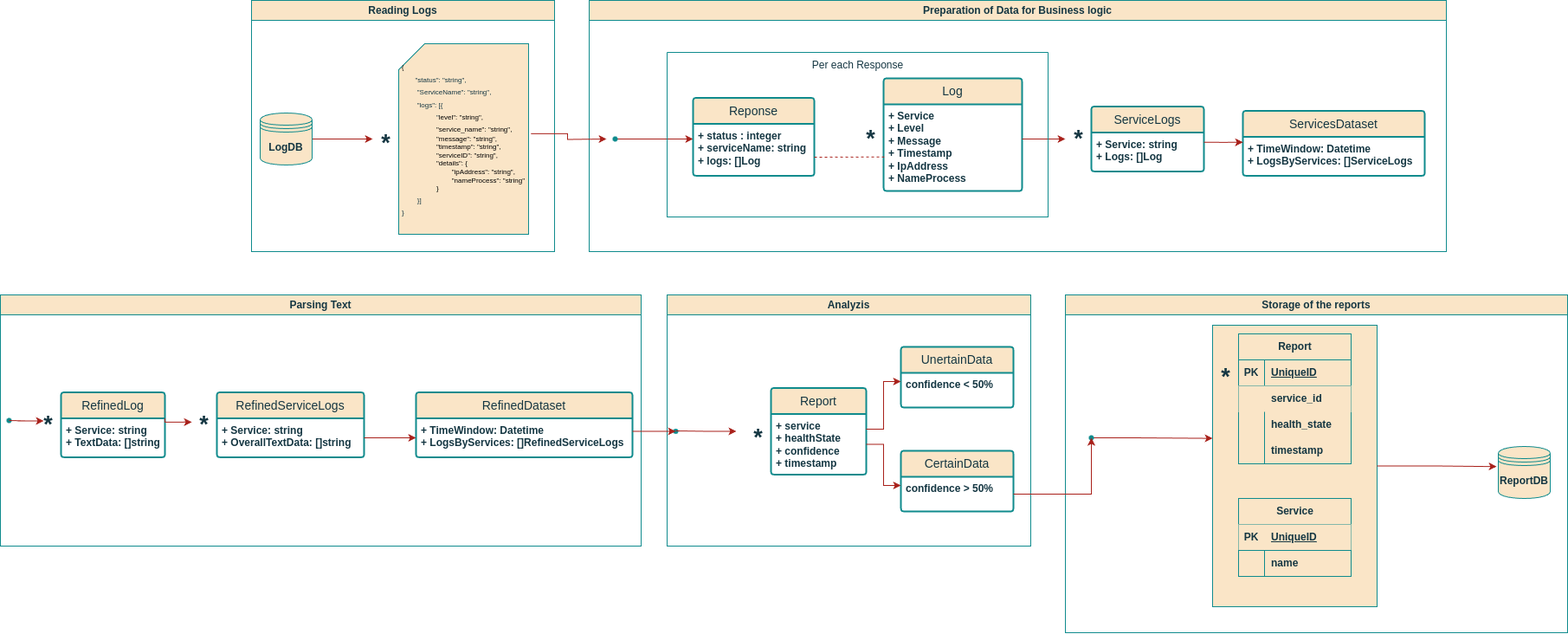
Above: services/logging_agent/arch_diagrams/logical_view.png in John321Blacksmith/knowledge_base (draw.io), before the change. Source tidied: cells renumbered, new cells last; positions are measured from the earlier drawing's top-left corner, leaving out a move shared by most shapes.
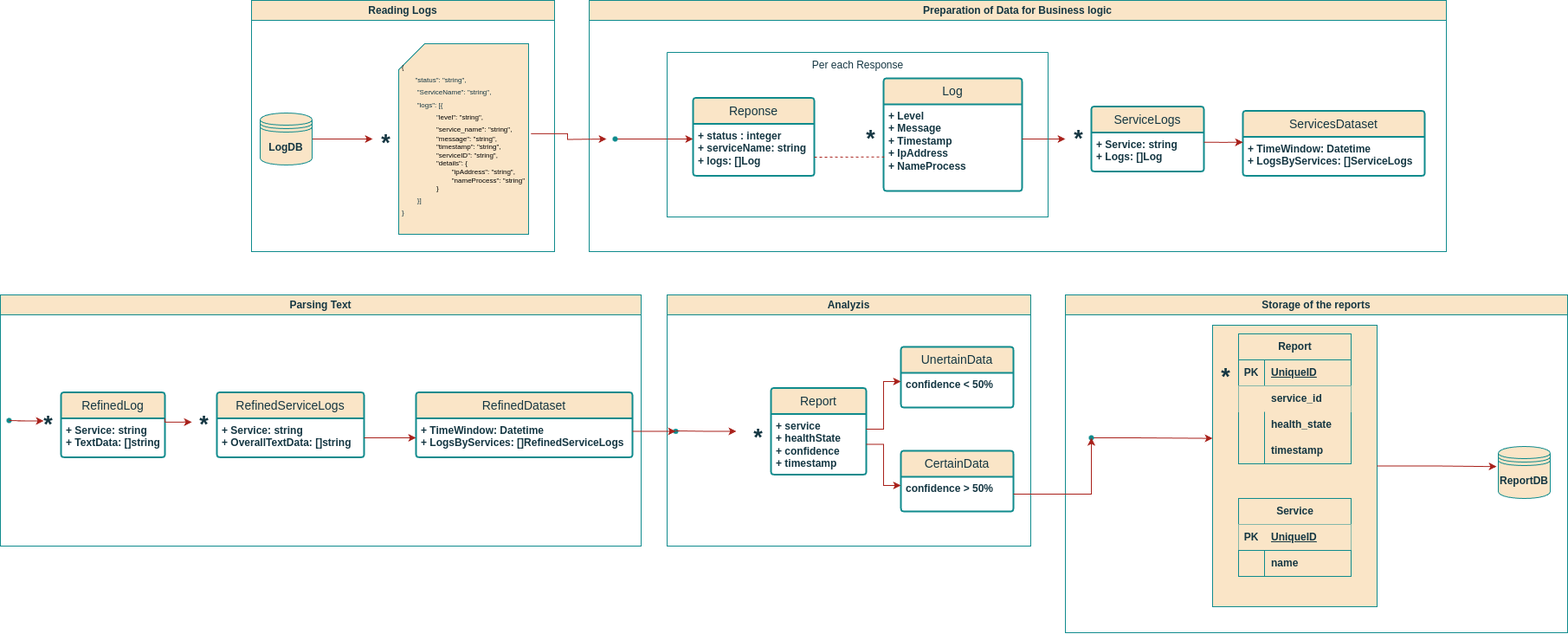
The same file after the commit.

Commit message:
feat: deleted service name from Log

The edit, as a diff of the source:
```diff
@@ -58,7 +58,7 @@
     <mxCell id="17" value="Log" style="swimlane;horizontal=1;startSize=30;rounded=1;fontSize=14;fontStyle=0;strokeWidth=2;shadow=0;dashed=0;align=center;arcSize=4;whiteSpace=wrap;html=1;strokeColor=#0F8B8D;verticalAlign=middle;fontFamily=Helvetica;fontColor=#143642;fillColor=#FAE5C7;labelBackgroundColor=none;" parent="8" vertex="1">
       <mxGeometry x="340" y="90" width="160" height="130" as="geometry" />
     </mxCell>
-    <mxCell id="18" value="&lt;div&gt;+ Service&lt;/div&gt;+ Level&lt;br&gt;+ Message&lt;br&gt;+ Timestamp&lt;div&gt;+ IpAddress&lt;/div&gt;&lt;div&gt;+ NameProcess&lt;/div&gt;" style="align=left;strokeColor=none;fillColor=none;spacingLeft=4;spacingRight=4;fontSize=12;verticalAlign=top;html=1;whiteSpace=wrap;fontFamily=Helvetica;fontColor=#143642;fontStyle=1;labelBackgroundColor=none;" parent="17" vertex="1">
+    <mxCell id="18" value="&lt;div&gt;&lt;span style=&quot;background-color: transparent; color: light-dark(rgb(20, 54, 66), rgb(173, 202, 213));&quot;&gt;+ Level&lt;/span&gt;&lt;/div&gt;+ Message&lt;br&gt;+ Timestamp&lt;div&gt;+ IpAddress&lt;/div&gt;&lt;div&gt;+ NameProcess&lt;/div&gt;" style="align=left;strokeColor=none;fillColor=none;spacingLeft=4;spacingRight=4;fontSize=12;verticalAlign=top;html=1;whiteSpace=wrap;fontFamily=Helvetica;fontColor=#143642;fontStyle=1;labelBackgroundColor=none;" parent="17" vertex="1">
       <mxGeometry y="30" width="160" height="100" as="geometry" />
     </mxCell>
     <mxCell id="19" style="edgeStyle=orthogonalEdgeStyle;rounded=0;jettySize=auto;html=1;fontFamily=Helvetica;fontSize=12;fontColor=default;fontStyle=1;labelBackgroundColor=none;strokeColor=#A8201A;" parent="8" edge="1" source="18" target="9">
```
